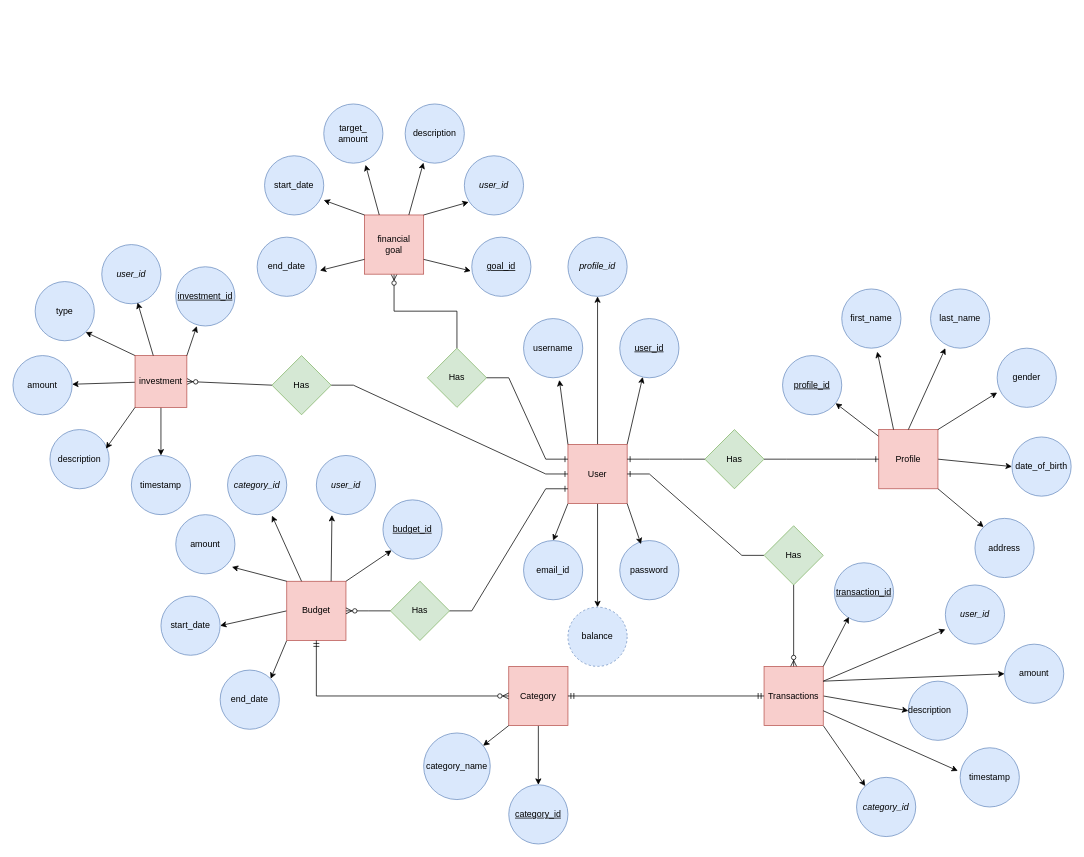
last-brain-cell/draw.io_drawings keeps this draw.io diagram as ER_diagram_rdbms_project.drawio. Above is the earlier version. Source tidied: cells renumbered, new cells numbered last; positions are measured from the earlier drawing's top-left corner, leaving out a move shared by most shapes. Both pictures are drawn from the tidied source at 74%, with x=0, y=0 at pixel (13, 104).
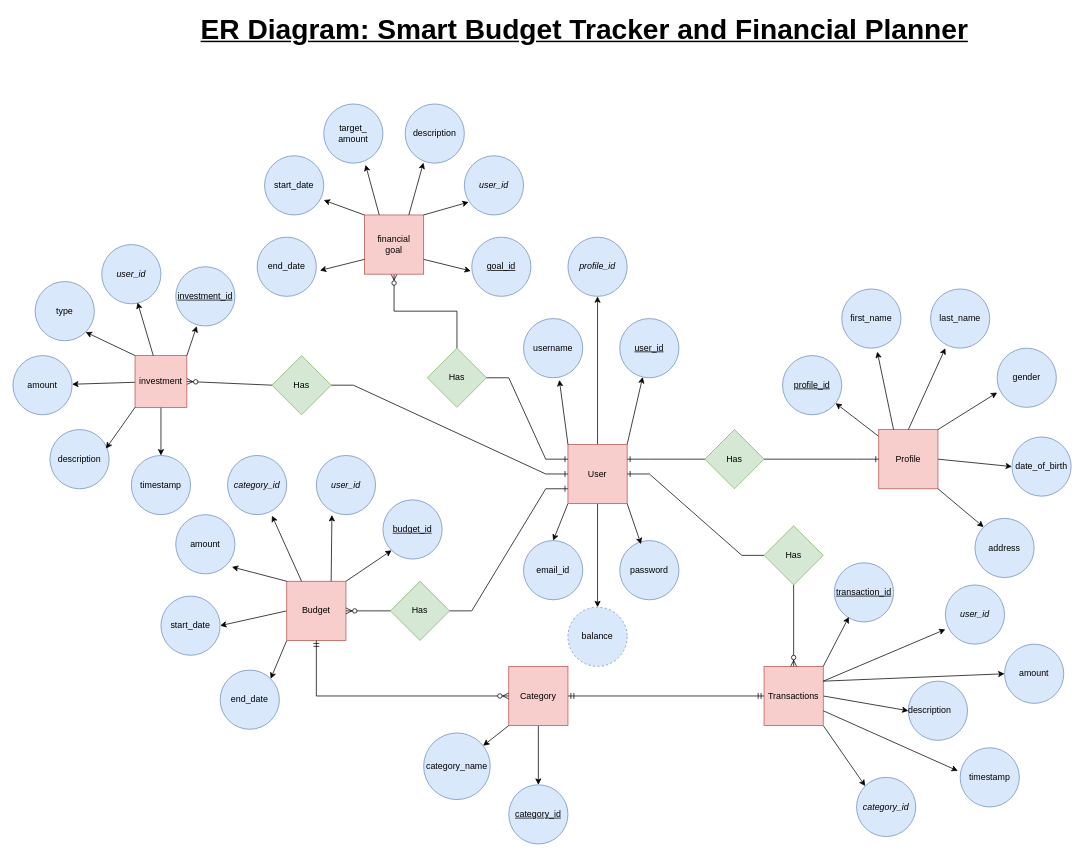
After the change.

The edit, as a diff of the source:
```diff
@@
+    <mxCell id="102" value="&lt;u&gt;&lt;font style=&quot;font-size: 38px;&quot;&gt;ER Diagram: Smart Budget Tracker and Financial Planner&lt;/font&gt;&lt;/u&gt;" style="text;strokeColor=none;fillColor=none;html=1;fontSize=24;fontStyle=1;verticalAlign=middle;align=center;" parent="1" vertex="1">
+      <mxGeometry x="720" y="-120" width="103" height="40" as="geometry" />
+    </mxCell>
```
